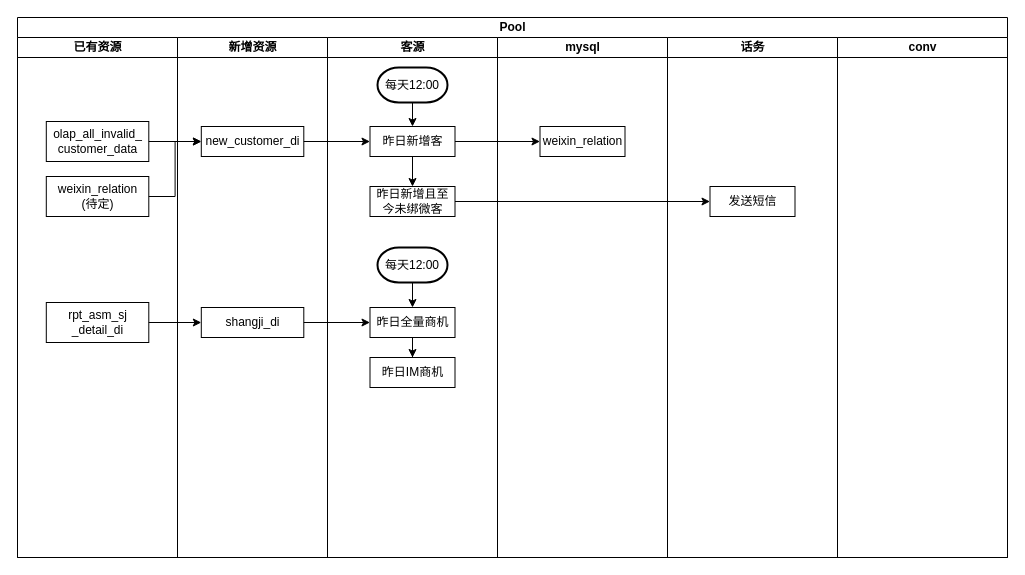
This is 240716短信场景拓展.drawio from SmellyTrotter/draw.io, a draw.io file, before an edit. Source tidied: cells renumbered, new cells numbered last; positions are measured from the earlier drawing's top-left corner, leaving out a move shared by most shapes. Both pictures are drawn from the tidied source at 100%, with x=0, y=0 at pixel (17, 17).
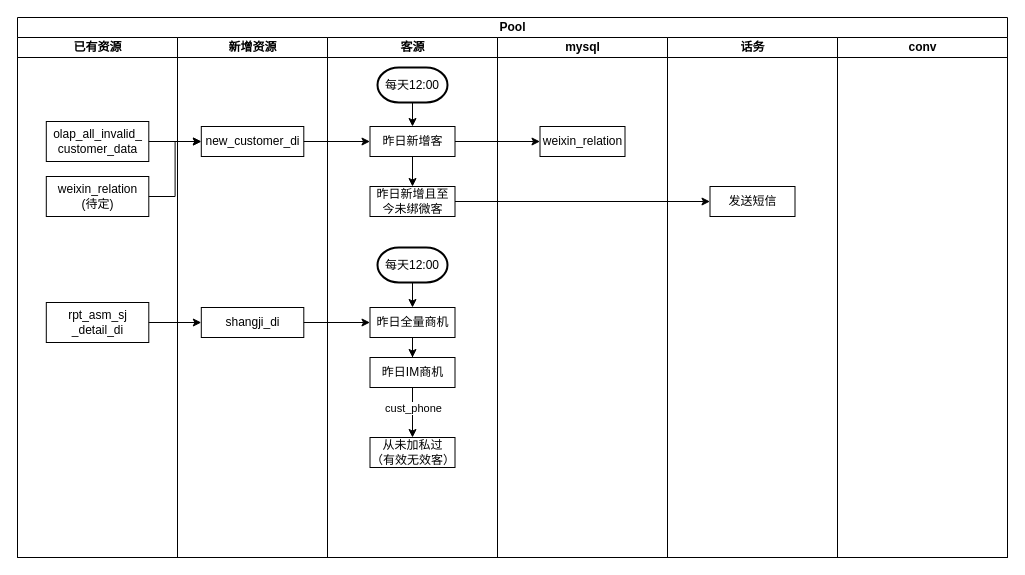
The same page after the edit.

Commit message:
更新240716短信场景拓展.drawio

The change refers to these unchanged cells:
```xml
<mxCell id="7" value="客源" style="swimlane;startSize=20;html=1;" parent="2" vertex="1">
  <mxGeometry x="310" y="20" width="170" height="520" as="geometry" />
</mxCell>
<mxCell id="13" value="昨日IM商机" style="rounded=0;whiteSpace=wrap;html=1;" parent="7" vertex="1">
  <mxGeometry x="42.5" y="320" width="85" height="30" as="geometry" />
</mxCell>
```

What changed in the source:
```diff
@@
+    <mxCell id="33" style="edgeStyle=orthogonalEdgeStyle;rounded=0;jettySize=auto;html=1;" parent="7" edge="1" source="13" target="35">
+      <mxGeometry relative="1" as="geometry" />
+    </mxCell>
+    <mxCell id="34" value="cust_phone" style="edgeLabel;html=1;align=center;verticalAlign=middle;" parent="33" vertex="1">
+      <mxGeometry x="-0.36" y="-4" relative="1" as="geometry">
+        <mxPoint x="4" y="4" as="offset" />
+      </mxGeometry>
+    </mxCell>
@@
+    <mxCell id="35" value="从未加私过&lt;div&gt;（有效无效客）&lt;/div&gt;" style="rounded=0;whiteSpace=wrap;html=1;" parent="7" vertex="1">
+      <mxGeometry x="42.5" y="400" width="85" height="30" as="geometry" />
+    </mxCell>
```
